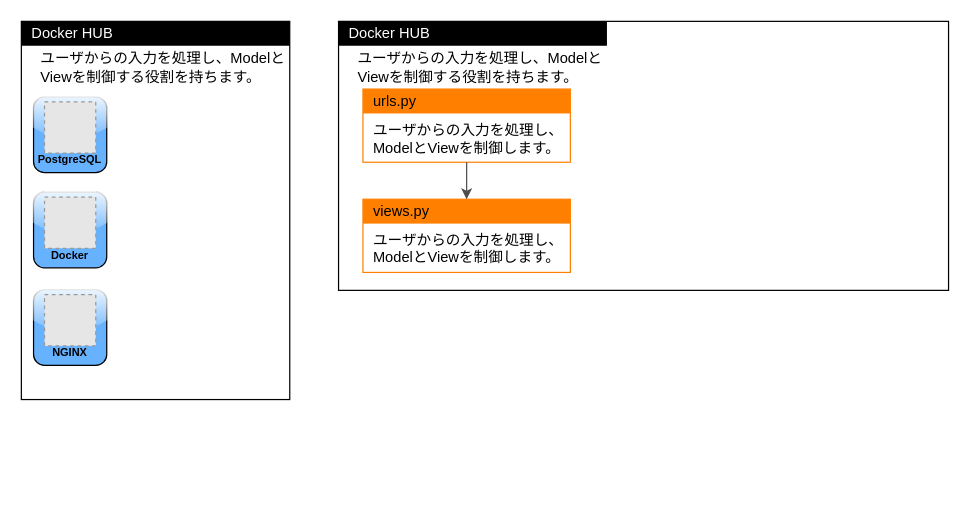
The draw.io diagram AWS研修_dockerイメージ.drawio in reizo0901/Doc, before the edit. Source tidied: cells renumbered, new cells numbered last; positions are measured from the earlier drawing's top-left corner, leaving out a move shared by most shapes. Both pictures are drawn from the tidied source at 122%, with x=0, y=0 at pixel (21, 21). Pictures stored in the file or linked from it are replaced by grey dashed boxes.
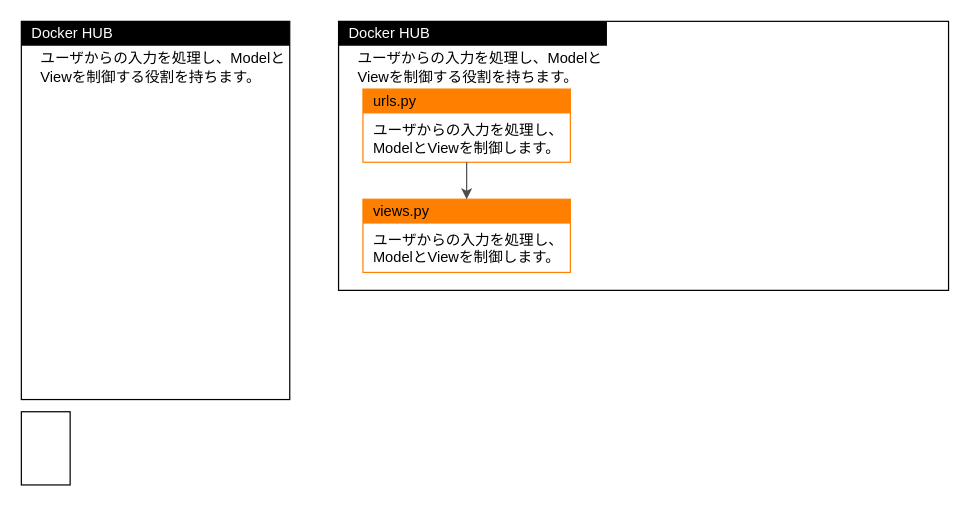
The same diagram, later.

Commit message (it also covers changes not shown here):
AWS研修_dockerイメージ.drawio を更新します

Diff of the diagram source:
```diff
@@
-    <mxCell id="15" style="group;" parent="1" vertex="1">
-      <mxGeometry x="10" y="62" width="60" height="67" as="geometry" />
-    </mxCell>
-    <mxCell id="16" style="rounded=1;whiteSpace=wrap;html=1;fillColor=#66B2FF;glass=1;" parent="15" vertex="1">
-      <mxGeometry width="60" height="62" as="geometry" />
-    </mxCell>
-    <mxCell id="17" style="fillColor=#E6E6E6;strokeColor=#999999;dashed=1;html=1;verticalAlign=top;verticalLabelPosition=bottom;labelBackgroundColor=#ffffff;" parent="15" vertex="1">
-      <mxGeometry x="9" y="4" width="42" height="42" as="geometry" />
-    </mxCell>
-    <mxCell id="18" value="PostgreSQL" style="text;html=1;strokeColor=none;fillColor=none;align=center;verticalAlign=middle;whiteSpace=wrap;rounded=0;fontSize=9;fontStyle=1;" parent="15" vertex="1">
-      <mxGeometry y="37" width="60" height="30" as="geometry" />
-    </mxCell>
-    <mxCell id="19" style="group;fontStyle=1;" parent="1" vertex="1">
-      <mxGeometry x="10" y="140" width="60" height="67" as="geometry" />
-    </mxCell>
-    <mxCell id="20" style="rounded=1;whiteSpace=wrap;html=1;fillColor=#66B2FF;glass=1;" parent="19" vertex="1">
-      <mxGeometry width="60" height="62" as="geometry" />
-    </mxCell>
-    <mxCell id="21" style="fillColor=#E6E6E6;strokeColor=#999999;dashed=1;html=1;verticalAlign=top;verticalLabelPosition=bottom;labelBackgroundColor=#ffffff;" parent="19" vertex="1">
-      <mxGeometry x="9" y="4" width="42" height="42" as="geometry" />
-    </mxCell>
-    <mxCell id="22" value="Docker" style="text;html=1;strokeColor=none;fillColor=none;align=center;verticalAlign=middle;whiteSpace=wrap;rounded=0;fontSize=9;fontStyle=1;" parent="19" vertex="1">
-      <mxGeometry y="37" width="60" height="30" as="geometry" />
-    </mxCell>
-    <mxCell id="23" style="group;" parent="1" vertex="1">
-      <mxGeometry x="10" y="220" width="60" height="67" as="geometry" />
-    </mxCell>
-    <mxCell id="24" style="rounded=1;whiteSpace=wrap;html=1;fillColor=#66B2FF;glass=1;" parent="23" vertex="1">
-      <mxGeometry width="60" height="62" as="geometry" />
-    </mxCell>
-    <mxCell id="25" style="fillColor=#E6E6E6;strokeColor=#999999;dashed=1;html=1;verticalAlign=top;verticalLabelPosition=bottom;labelBackgroundColor=#ffffff;" parent="23" vertex="1">
-      <mxGeometry x="9" y="4" width="42" height="42" as="geometry" />
-    </mxCell>
-    <mxCell id="26" value="NGINX" style="text;html=1;strokeColor=none;fillColor=none;align=center;verticalAlign=middle;whiteSpace=wrap;rounded=0;fontSize=9;fontStyle=1;" parent="23" vertex="1">
-      <mxGeometry y="37" width="60" height="30" as="geometry" />
-    </mxCell>
+    <mxCell id="27" style="rounded=0;whiteSpace=wrap;html=1;" parent="1" vertex="1">
+      <mxGeometry y="320" width="40" height="60" as="geometry" />
+    </mxCell>
```
